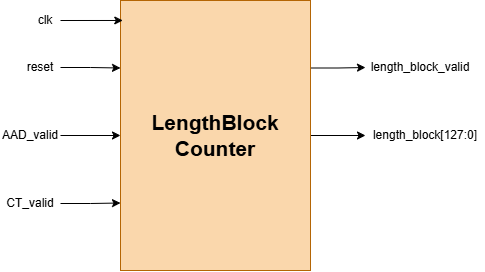
This is Quang Long/_media/LengthBlockCTR high level.png from LQLManZz/AES128-Verilog, a draw.io export, as it was before one commit. Source tidied: cells renumbered, new cells last; positions are measured from the earlier drawing's top-left corner, leaving out a move shared by most shapes.
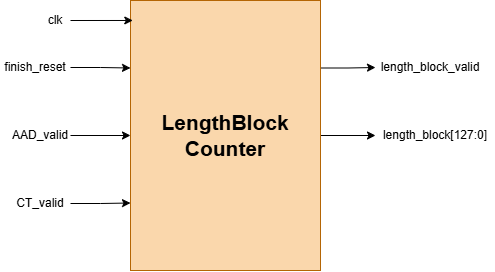
After the change.

Diff of the diagram source:
```diff
@@ -35,8 +35,8 @@
     <mxCell id="12" style="edgeStyle=orthogonalEdgeStyle;rounded=0;jettySize=auto;html=1;exitX=1;exitY=0.5;exitDx=0;exitDy=0;entryX=0;entryY=0.25;entryDx=0;entryDy=0;fontFamily=Helvetica;fontSize=12;fontColor=default;" parent="1" edge="1" source="13" target="4">
       <mxGeometry relative="1" as="geometry" />
     </mxCell>
-    <mxCell id="13" value="reset" style="text;html=1;whiteSpace=wrap;strokeColor=none;fillColor=none;align=center;verticalAlign=middle;rounded=0;" parent="1" vertex="1">
-      <mxGeometry x="20" y="52" width="40" height="30" as="geometry" />
+    <mxCell id="13" value="finish_reset" style="text;html=1;whiteSpace=wrap;strokeColor=none;fillColor=none;align=center;verticalAlign=middle;rounded=0;" parent="1" vertex="1">
+      <mxGeometry x="-10" y="52" width="70" height="30" as="geometry" />
     </mxCell>
     <mxCell id="14" value="length_block_valid" style="text;html=1;whiteSpace=wrap;strokeColor=none;fillColor=none;align=center;verticalAlign=middle;rounded=0;" parent="1" vertex="1">
       <mxGeometry x="365" y="52" width="110" height="30" as="geometry" />
```
